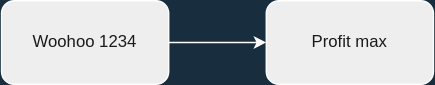
The draw.io diagram notion/Untitled Diagram.drawio.svg in NikoHadouken/diagrams, before a commit. Source tidied: cells renumbered, new cells last; positions are measured from the earlier drawing's top-left corner, leaving out a move shared by most shapes. The source it was exported from:
```xml
<mxGraphModel background="#182E3E">
  <root>
    <mxCell id="0" />
    <mxCell id="1" parent="0" />
    <mxCell id="2" style="edgeStyle=orthogonalEdgeStyle;curved=0;rounded=1;sketch=0;jettySize=auto;html=1;fontColor=#FFFFFF;strokeColor=#FFFFFF;labelBackgroundColor=#182E3E;" parent="1" edge="1" source="3" target="4">
      <mxGeometry relative="1" as="geometry" />
    </mxCell>
    <mxCell id="3" value="&lt;div&gt;Woohoo 1234&lt;/div&gt;" style="rounded=1;whiteSpace=wrap;html=1;fillColor=#EEEEEE;strokeColor=#FFFFFF;fontColor=#1A1A1A;" parent="1" vertex="1">
      <mxGeometry width="120" height="60" as="geometry" />
    </mxCell>
    <mxCell id="4" value="Profit max" style="rounded=1;whiteSpace=wrap;html=1;fillColor=#EEEEEE;strokeColor=#FFFFFF;fontColor=#1A1A1A;" parent="1" vertex="1">
      <mxGeometry x="190" width="120" height="60" as="geometry" />
    </mxCell>
  </root>
</mxGraphModel>
```
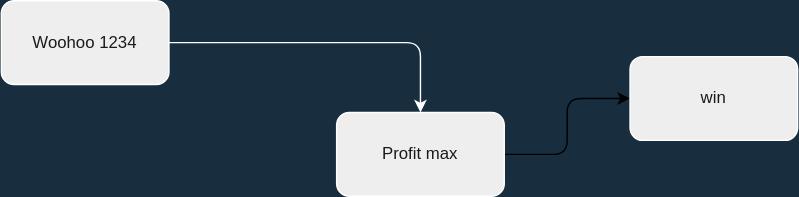
The same file after the commit.

Change to the diagram source:
```diff
@@ -8,8 +8,14 @@
     <mxCell id="3" value="&lt;div&gt;Woohoo 1234&lt;/div&gt;" style="rounded=1;whiteSpace=wrap;html=1;fillColor=#EEEEEE;strokeColor=#FFFFFF;fontColor=#1A1A1A;" parent="1" vertex="1">
       <mxGeometry width="120" height="60" as="geometry" />
     </mxCell>
+    <mxCell id="5" style="edgeStyle=orthogonalEdgeStyle;html=1;entryX=0;entryY=0.5;entryDx=0;entryDy=0;rounded=1;strokeColor=default;" parent="1" edge="1" source="4" target="6">
+      <mxGeometry relative="1" as="geometry" />
+    </mxCell>
     <mxCell id="4" value="Profit max" style="rounded=1;whiteSpace=wrap;html=1;fillColor=#EEEEEE;strokeColor=#FFFFFF;fontColor=#1A1A1A;" parent="1" vertex="1">
-      <mxGeometry x="190" width="120" height="60" as="geometry" />
+      <mxGeometry x="240" y="80" width="120" height="60" as="geometry" />
     </mxCell>
+    <mxCell id="6" value="win" style="rounded=1;whiteSpace=wrap;html=1;fillColor=#EEEEEE;strokeColor=#FFFFFF;fontColor=#1A1A1A;" parent="1" vertex="1">
+      <mxGeometry x="450" y="40" width="120" height="60" as="geometry" />
+    </mxCell>
   </root>
 </mxGraphModel>
```
